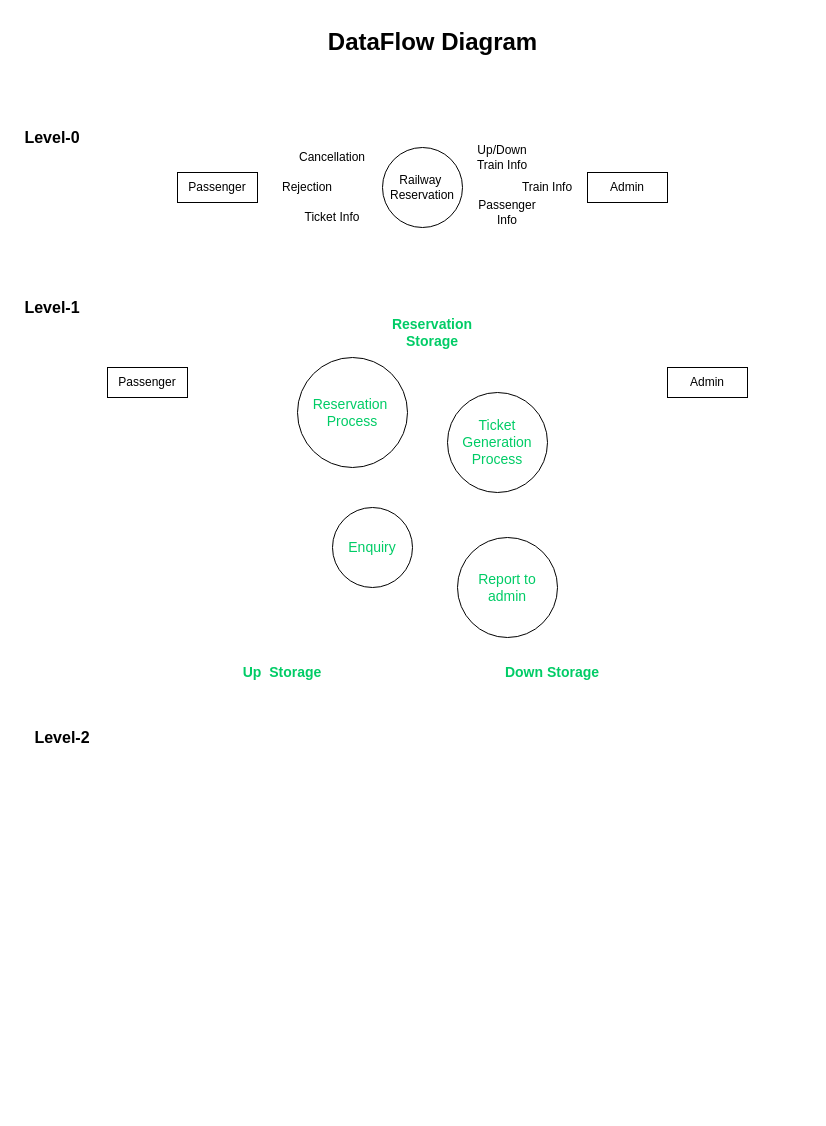
Before: Diagrams/Data flow Dig/DataFlowDiagram.drawio in atharvagangrade10/Draw.io, a draw.io diagram. Source tidied: cells renumbered, new cells numbered last; positions are measured from the earlier drawing's top-left corner, leaving out a move shared by most shapes. Both pictures are drawn from the tidied source at 100%, with x=0, y=0 at pixel (17, 17).
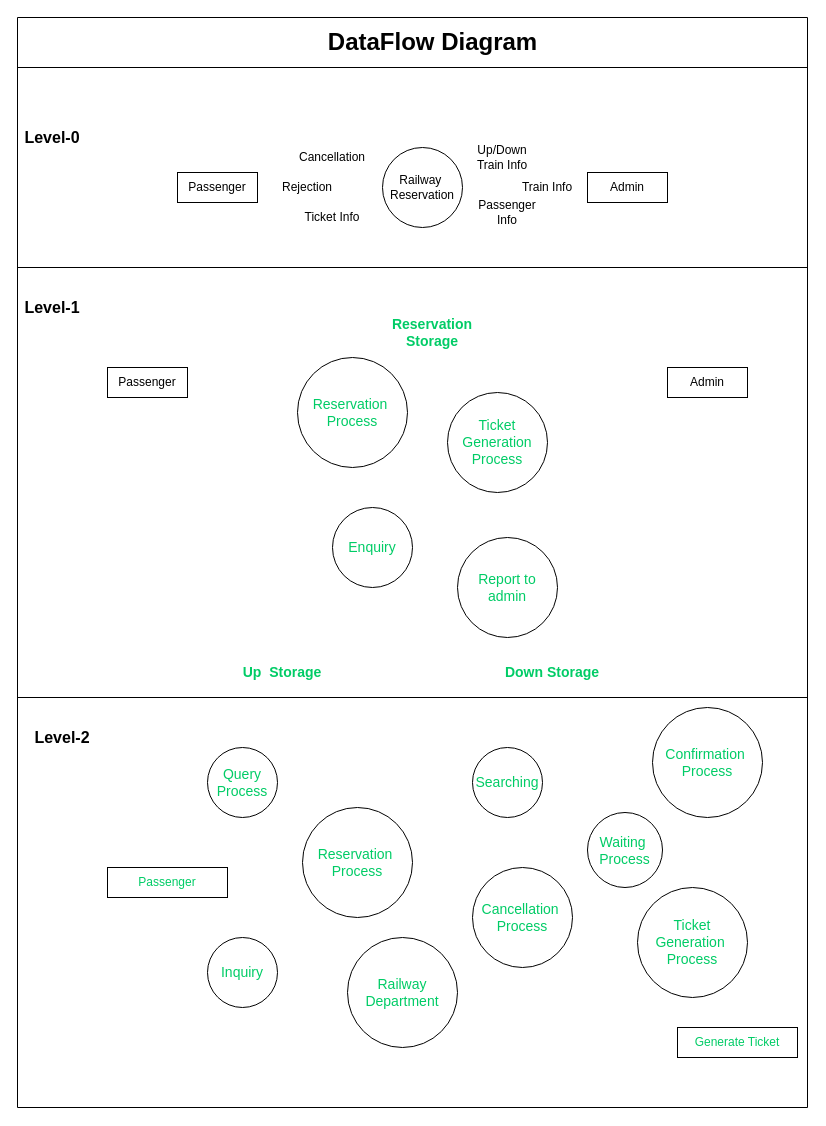
The same page after the edit.

Change to the diagram source:
```diff
@@
+    <mxCell id="26" value="&lt;font color=&quot;#00cc66&quot;&gt;Passenger&lt;/font&gt;" style="rounded=0;whiteSpace=wrap;html=1;" parent="1" vertex="1">
+      <mxGeometry x="90" y="850" width="120" height="30" as="geometry" />
+    </mxCell>
+    <mxCell id="27" value="&lt;font color=&quot;#00cc66&quot;&gt;&lt;span style=&quot;font-size: 14px&quot;&gt;Query Process&lt;/span&gt;&lt;/font&gt;" style="ellipse;whiteSpace=wrap;html=1;" parent="1" vertex="1">
+      <mxGeometry x="190" y="730" width="70" height="70" as="geometry" />
+    </mxCell>
+    <mxCell id="28" value="&lt;font color=&quot;#00cc66&quot;&gt;&lt;span style=&quot;font-size: 14px&quot;&gt;Inquiry&lt;/span&gt;&lt;/font&gt;" style="ellipse;whiteSpace=wrap;html=1;" parent="1" vertex="1">
+      <mxGeometry x="190" y="920" width="70" height="70" as="geometry" />
+    </mxCell>
+    <mxCell id="29" value="&lt;font color=&quot;#00cc66&quot; style=&quot;font-size: 14px&quot;&gt;Reservation&amp;nbsp;&lt;br&gt;Process&lt;/font&gt;" style="ellipse;whiteSpace=wrap;html=1;" parent="1" vertex="1">
+      <mxGeometry x="285" y="790" width="110" height="110" as="geometry" />
+    </mxCell>
+    <mxCell id="30" value="&lt;font color=&quot;#00cc66&quot;&gt;&lt;span style=&quot;font-size: 14px&quot;&gt;Railway &lt;br&gt;Department&lt;/span&gt;&lt;/font&gt;" style="ellipse;whiteSpace=wrap;html=1;" parent="1" vertex="1">
+      <mxGeometry x="330" y="920" width="110" height="110" as="geometry" />
+    </mxCell>
+    <mxCell id="31" value="&lt;font color=&quot;#00cc66&quot;&gt;&lt;span style=&quot;font-size: 14px&quot;&gt;Searching&lt;/span&gt;&lt;/font&gt;" style="ellipse;whiteSpace=wrap;html=1;" parent="1" vertex="1">
+      <mxGeometry x="455" y="730" width="70" height="70" as="geometry" />
+    </mxCell>
+    <mxCell id="32" value="&lt;font color=&quot;#00cc66&quot; style=&quot;font-size: 14px&quot;&gt;Cancellation&amp;nbsp;&lt;br&gt;Process&lt;/font&gt;" style="ellipse;whiteSpace=wrap;html=1;" parent="1" vertex="1">
+      <mxGeometry x="455" y="850" width="100" height="100" as="geometry" />
+    </mxCell>
+    <mxCell id="33" value="&lt;font color=&quot;#00cc66&quot; style=&quot;font-size: 14px&quot;&gt;Waiting&amp;nbsp;&lt;br&gt;Process&lt;/font&gt;" style="ellipse;whiteSpace=wrap;html=1;" parent="1" vertex="1">
+      <mxGeometry x="570" y="795" width="75" height="75" as="geometry" />
+    </mxCell>
+    <mxCell id="34" value="&lt;font color=&quot;#00cc66&quot; style=&quot;font-size: 14px&quot;&gt;Confirmation&amp;nbsp;&lt;br&gt;Process&lt;/font&gt;" style="ellipse;whiteSpace=wrap;html=1;" parent="1" vertex="1">
+      <mxGeometry x="635" y="690" width="110" height="110" as="geometry" />
+    </mxCell>
+    <mxCell id="35" value="&lt;font color=&quot;#00cc66&quot; style=&quot;font-size: 14px&quot;&gt;Ticket Generation&amp;nbsp;&lt;br&gt;Process&lt;/font&gt;" style="ellipse;whiteSpace=wrap;html=1;" parent="1" vertex="1">
+      <mxGeometry x="620" y="870" width="110" height="110" as="geometry" />
+    </mxCell>
+    <mxCell id="36" value="&lt;font color=&quot;#00cc66&quot;&gt;Generate Ticket&lt;/font&gt;" style="rounded=0;whiteSpace=wrap;html=1;" parent="1" vertex="1">
+      <mxGeometry x="660" y="1010" width="120" height="30" as="geometry" />
+    </mxCell>
+    <mxCell id="37" style="endArrow=none;html=1;" parent="1" edge="1">
+      <mxGeometry relative="1" as="geometry">
+        <mxPoint y="250" as="sourcePoint" />
+        <mxPoint x="790" y="250" as="targetPoint" />
+      </mxGeometry>
+    </mxCell>
+    <mxCell id="38" style="endArrow=none;html=1;" parent="1" edge="1">
+      <mxGeometry relative="1" as="geometry">
+        <mxPoint y="50" as="sourcePoint" />
+        <mxPoint x="790" y="50" as="targetPoint" />
+      </mxGeometry>
+    </mxCell>
+    <mxCell id="39" style="endArrow=none;html=1;" parent="1" edge="1">
+      <mxGeometry relative="1" as="geometry">
+        <mxPoint y="1090" as="sourcePoint" />
+        <mxPoint as="targetPoint" />
+      </mxGeometry>
+    </mxCell>
+    <mxCell id="40" style="endArrow=none;html=1;" parent="1" edge="1">
+      <mxGeometry relative="1" as="geometry">
+        <mxPoint x="790" y="1090" as="sourcePoint" />
+        <mxPoint x="790" as="targetPoint" />
+      </mxGeometry>
+    </mxCell>
+    <mxCell id="41" style="endArrow=none;html=1;" parent="1" edge="1">
+      <mxGeometry relative="1" as="geometry">
+        <mxPoint y="1090" as="sourcePoint" />
+        <mxPoint x="790" y="1090" as="targetPoint" />
+      </mxGeometry>
+    </mxCell>
+    <mxCell id="42" style="endArrow=none;html=1;" parent="1" edge="1">
+      <mxGeometry relative="1" as="geometry">
+        <mxPoint y="680" as="sourcePoint" />
+        <mxPoint x="790" y="680" as="targetPoint" />
+      </mxGeometry>
+    </mxCell>
+    <mxCell id="43" style="endArrow=none;html=1;" parent="1" edge="1">
+      <mxGeometry relative="1" as="geometry">
+        <mxPoint as="sourcePoint" />
+        <mxPoint x="790" as="targetPoint" />
+      </mxGeometry>
+    </mxCell>
```
